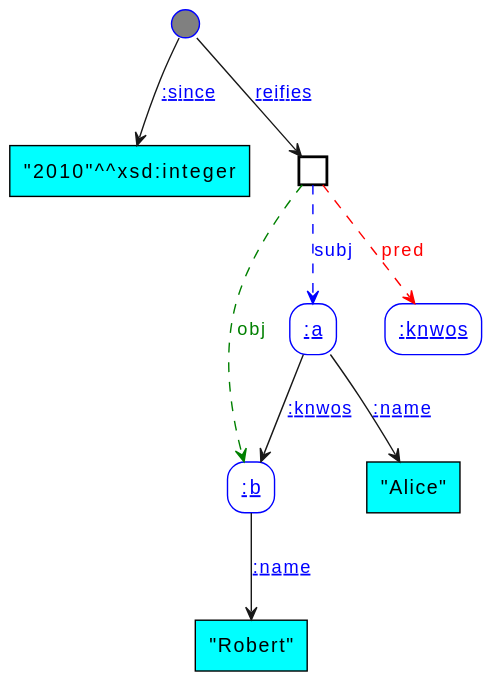
Above: examples/out/ex2.svg in cursosLabra/2026_rudof_semantics (PlantUML), before the change.
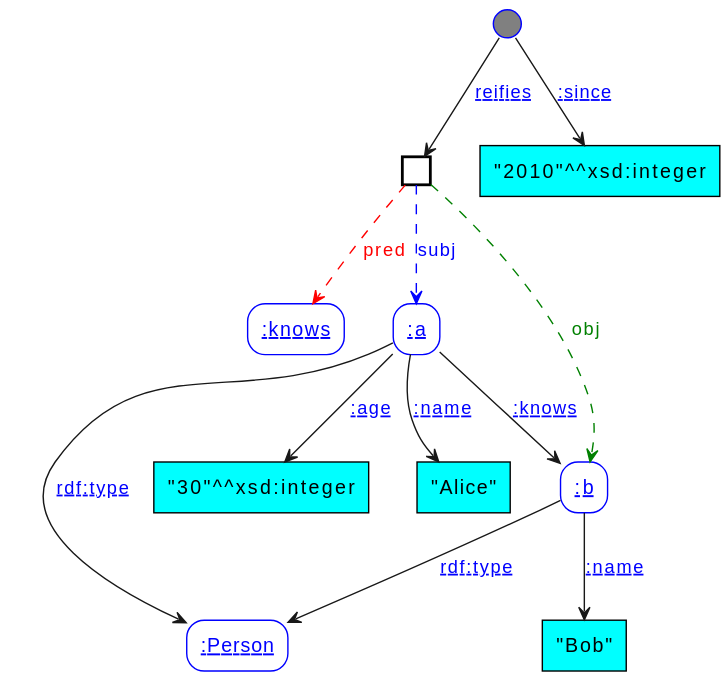
The same file after the commit.

What changed in the source:
```diff
@@ -38,20 +38,25 @@
 }
 </style>
 hide stereotype
-rectangle ""Robert"" <<literal>> as 1
+rectangle " " <<bnode>> as 6
+rectangle "[[http://example.org/knows :knows]]" <<uri>> as 7
+rectangle "[[http://example.org/Person :Person]]" <<uri>> as 2
+rectangle " " <<asserted>> as 8
+rectangle ""2010"^^xsd:integer" <<literal>> as 9
+rectangle ""Bob"" <<literal>> as 1
+rectangle "[[http://example.org/a :a]]" <<uri>> as 3
+rectangle ""30"^^xsd:integer" <<literal>> as 4
+rectangle ""Alice"" <<literal>> as 5
 rectangle "[[http://example.org/b :b]]" <<uri>> as 0
-rectangle ""2010"^^xsd:integer" <<literal>> as 7
-rectangle "[[http://example.org/a :a]]" <<uri>> as 2
-rectangle " " <<bnode>> as 4
-rectangle "[[http://example.org/knwos :knwos]]" <<uri>> as 5
-rectangle " " <<asserted>> as 6
-rectangle ""Alice"" <<literal>> as 3
 0 --> 1 : [[http://example.org/name :name]]
-4 --> 6 : [[http://www.w3.org/1999/02/22-rdf-syntax-ns#reifies reifies]]
-2 --> 0 : [[http://example.org/knwos :knwos]]
-2 --> 3 : [[http://example.org/name :name]]
-4 --> 7 : [[http://example.org/since :since]]
-6-->2 #line:blue;line.dashed;text:blue : subj
-6-->5 #line:red;line.dashed;text:red : pred
-6-->0 #line:green;line.dashed;text:green : obj
+6 --> 9 : [[http://example.org/since :since]]
+3 --> 4 : [[http://example.org/age :age]]
+3 --> 0 : [[http://example.org/knows :knows]]
+3 --> 5 : [[http://example.org/name :name]]
+6 --> 8 : [[http://www.w3.org/1999/02/22-rdf-syntax-ns#reifies reifies]]
+0 --> 2 : [[http://www.w3.org/1999/02/22-rdf-syntax-ns#type rdf:type]]
+3 --> 2 : [[http://www.w3.org/1999/02/22-rdf-syntax-ns#type rdf:type]]
+8-->3 #line:blue;line.dashed;text:blue : subj
+8-->7 #line:red;line.dashed;text:red : pred
+8-->0 #line:green;line.dashed;text:green : obj
 @enduml
```
